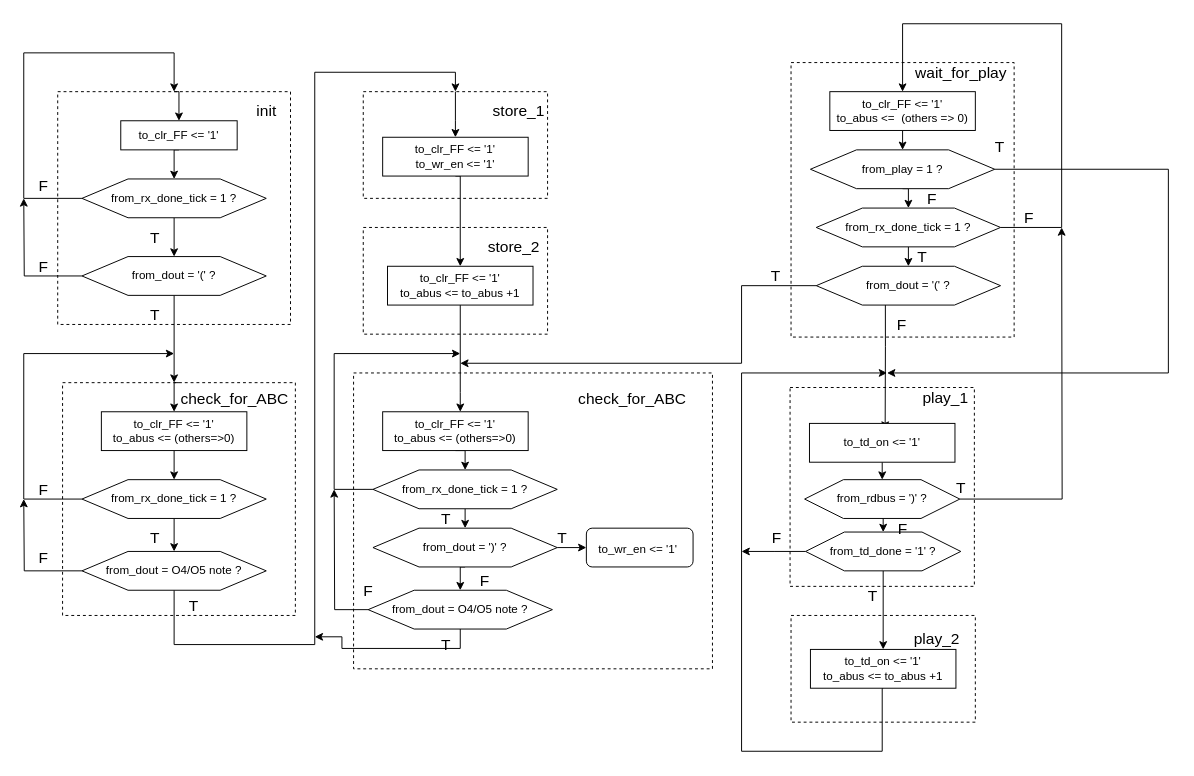
Earlier version of the draw.io diagram page "asmd_chart" (2 of 2) of CCW1_MusicBox/Music_box_victor/diagram/ccw_music_player.drawio (vj-hansen/SHC4300-Group-2). Source tidied: cells renumbered, new cells numbered last; positions are measured from the earlier drawing's top-left corner, leaving out a move shared by most shapes. Both pictures are drawn from the tidied source at 97%, with x=0, y=0 at pixel (23, 23).
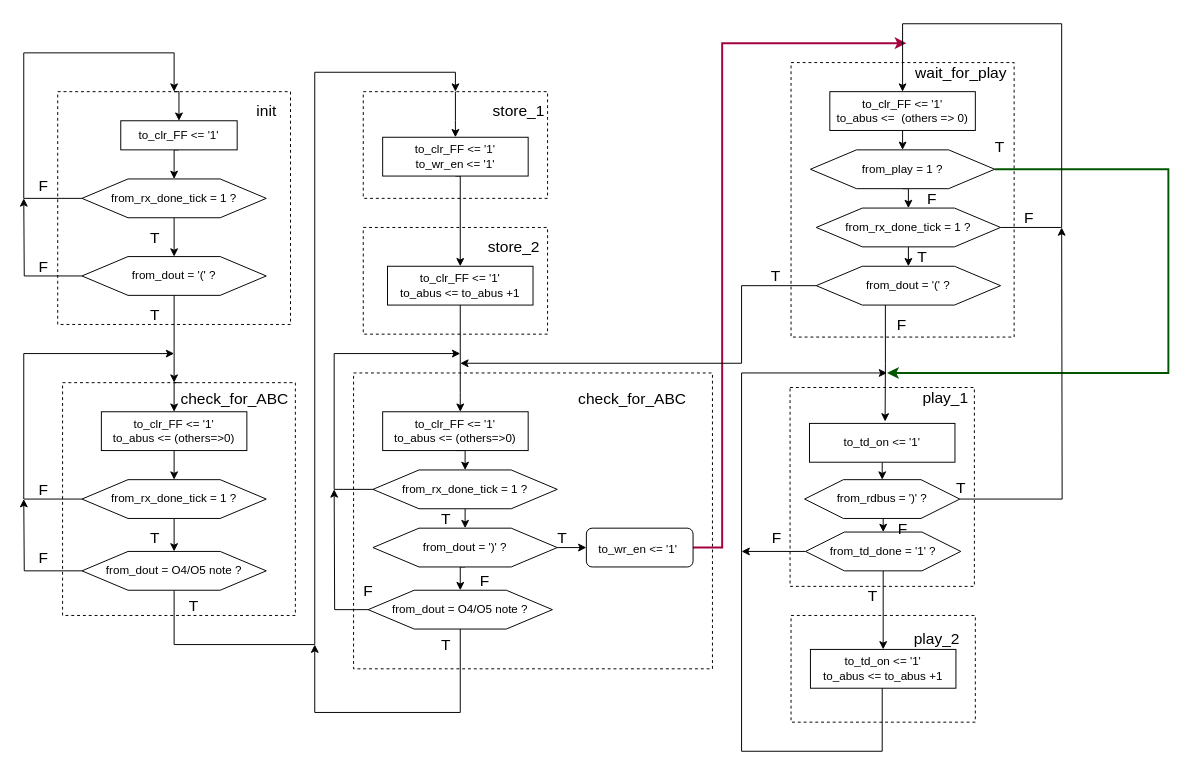
Above is the later version.

The change refers to these unchanged cells:
```xml
<mxCell id="2" style="rounded=0;whiteSpace=wrap;html=1;dashed=1;fillColor=none;fontSize=16;" parent="1" vertex="1">
  <mxGeometry x="790" y="375" width="190" height="205" as="geometry" />
</mxCell>
<mxCell id="54" value="from_dout = O4/O5 note ?" style="shape=hexagon;perimeter=hexagonPerimeter2;whiteSpace=wrap;html=1;" parent="1" vertex="1">
  <mxGeometry x="355" y="584" width="190" height="40" as="geometry" />
</mxCell>
<mxCell id="55" value="&lt;font style=&quot;font-size: 12px&quot;&gt;to_wr_en &amp;lt;= '1'&amp;nbsp;&lt;/font&gt;" style="rounded=1;whiteSpace=wrap;html=1;fillColor=none;fontSize=16;" parent="1" vertex="1">
  <mxGeometry x="580" y="520" width="110" height="40" as="geometry" />
</mxCell>
<mxCell id="67" value="from_play = 1 ?" style="shape=hexagon;perimeter=hexagonPerimeter2;whiteSpace=wrap;html=1;" parent="1" vertex="1">
  <mxGeometry x="811" y="130" width="190" height="40" as="geometry" />
</mxCell>
<mxCell id="73" value="from_dout = '(' ?" style="shape=hexagon;perimeter=hexagonPerimeter2;whiteSpace=wrap;html=1;" parent="1" vertex="1">
  <mxGeometry x="817" y="250" width="190" height="40" as="geometry" />
</mxCell>
```

What changed in the source:
```diff
@@
     <mxCell id="53" style="edgeStyle=orthogonalEdgeStyle;rounded=0;jettySize=auto;html=1;exitX=0.5;exitY=1;exitDx=0;exitDy=0;fontSize=16;" parent="1" edge="1" source="54">
       <mxGeometry relative="1" as="geometry">
-        <mxPoint x="300" y="632" as="targetPoint" />
+        <mxPoint x="300" y="640" as="targetPoint" />
         <Array as="points">
-          <mxPoint x="450" y="644" />
-          <mxPoint x="328" y="644" />
-          <mxPoint x="328" y="632" />
+          <mxPoint x="450" y="710" />
+          <mxPoint x="300" y="710" />
         </Array>
       </mxGeometry>
     </mxCell>
@@
+    <mxCell id="97" style="edgeStyle=orthogonalEdgeStyle;rounded=0;jettySize=auto;html=1;exitX=1;exitY=0.5;exitDx=0;exitDy=0;fontSize=16;strokeWidth=2;fillColor=#d80073;strokeColor=#A50040;" parent="1" edge="1" source="55">
+      <mxGeometry relative="1" as="geometry">
+        <mxPoint x="910" y="20" as="targetPoint" />
+        <Array as="points">
+          <mxPoint x="720" y="540" />
+          <mxPoint x="720" y="20" />
+        </Array>
+      </mxGeometry>
+    </mxCell>
@@
-    <mxCell id="66" style="edgeStyle=orthogonalEdgeStyle;rounded=0;jettySize=auto;html=1;exitX=1;exitY=0.5;exitDx=0;exitDy=0;fontSize=16;" parent="1" edge="1" source="67">
+    <mxCell id="66" style="edgeStyle=orthogonalEdgeStyle;rounded=0;jettySize=auto;html=1;exitX=1;exitY=0.5;exitDx=0;exitDy=0;fontSize=16;fillColor=#008a00;strokeColor=#005700;strokeWidth=2;" parent="1" edge="1" source="67">
       <mxGeometry relative="1" as="geometry">
         <mxPoint x="890" y="360" as="targetPoint" />
         <Array as="points">
           <mxPoint x="1180" y="150" />
           <mxPoint x="1180" y="360" />
         </Array>
       </mxGeometry>
     </mxCell>
@@
-    <mxCell id="72" style="edgeStyle=orthogonalEdgeStyle;rounded=0;jettySize=auto;html=1;exitX=0.375;exitY=1;exitDx=0;exitDy=0;entryX=0.516;entryY=0.212;entryDx=0;entryDy=0;entryPerimeter=0;fontSize=16;" parent="1" edge="1" source="73" target="2">
-      <mxGeometry relative="1" as="geometry" />
+    <mxCell id="72" style="edgeStyle=orthogonalEdgeStyle;rounded=0;jettySize=auto;html=1;exitX=0.375;exitY=1;exitDx=0;exitDy=0;fontSize=16;" parent="1" edge="1" source="73">
+      <mxGeometry relative="1" as="geometry">
+        <mxPoint x="888" y="410" as="targetPoint" />
+      </mxGeometry>
     </mxCell>
```
